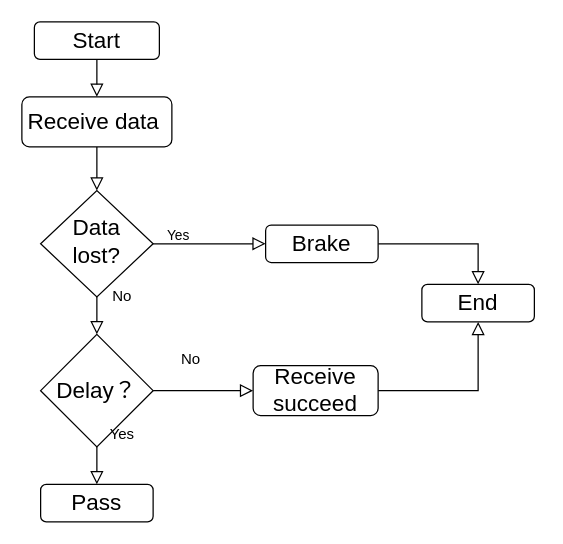
This is _data/Receive Diagram.drawio from swsamleo/wei_shao.github.io, a draw.io file, before an edit. Source tidied: cells renumbered, new cells numbered last; positions are measured from the earlier drawing's top-left corner, leaving out a move shared by most shapes. Both pictures are drawn from the tidied source at 125%, with x=0, y=0 at pixel (21, 21).
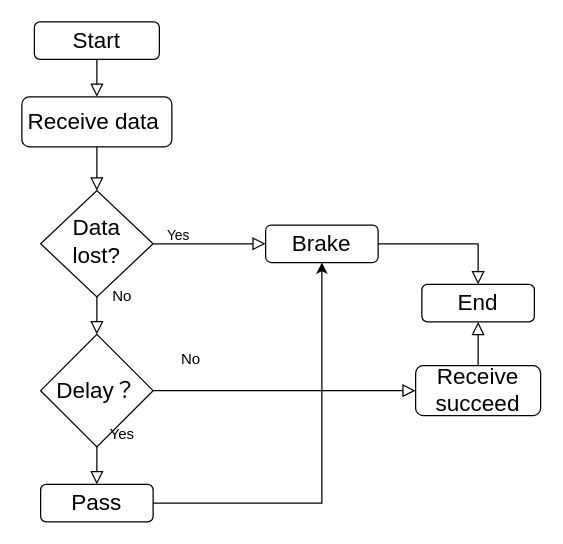
The same page after the edit.

Unchanged cells that the change refers to:
```xml
<mxCell id="8" value="&lt;font style=&quot;font-size: 18px&quot;&gt;Brake&lt;/font&gt;" style="rounded=1;whiteSpace=wrap;html=1;fontSize=12;glass=0;strokeWidth=1;shadow=0;" parent="1" vertex="1">
  <mxGeometry x="195" y="162.5" width="90" height="30" as="geometry" />
</mxCell>
<mxCell id="18" value="&lt;font style=&quot;font-size: 18px&quot;&gt;Pass&lt;/font&gt;" style="rounded=1;whiteSpace=wrap;html=1;" parent="1" vertex="1">
  <mxGeometry x="15" y="370" width="90" height="30" as="geometry" />
</mxCell>
```

Change to the diagram source:
```diff
@@
     <mxCell id="17" value="&lt;font style=&quot;font-size: 18px&quot;&gt;Receive succeed&lt;/font&gt;" style="rounded=1;whiteSpace=wrap;html=1;" parent="1" vertex="1">
-      <mxGeometry x="185" y="275" width="100" height="40" as="geometry" />
+      <mxGeometry x="315" y="275" width="100" height="40" as="geometry" />
     </mxCell>
+    <mxCell id="21" style="edgeStyle=orthogonalEdgeStyle;rounded=0;jettySize=auto;html=1;entryX=0.5;entryY=1;entryDx=0;entryDy=0;" parent="1" edge="1" source="18" target="8">
+      <mxGeometry relative="1" as="geometry" />
+    </mxCell>
```
